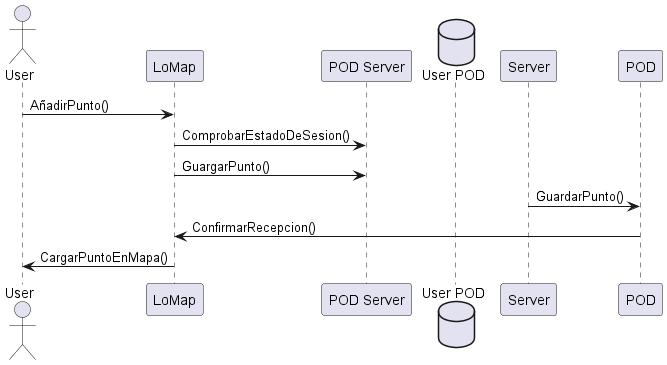
Before: images/Añadir punto lvl2.png, a diagram exported from PlantUML (Arquisoft/lomap_es4c). The source it was exported from:
```plantuml
@startuml
actor "User" as user
participant "LoMap" as LoMap
Participant "POD Server" as server
database "User POD" as pod

user->LoMap: AñadirPunto()
LoMap->server: ComprobarEstadoDeSesion()
LoMap->server: GuargarPunto()
Server->POD: GuardarPunto()
POD->LoMap: ConfirmarRecepcion()
LoMap->user: CargarPuntoEnMapa()
@enduml
```
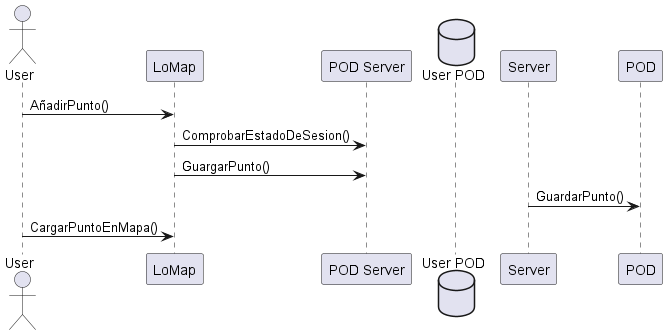
After the commit.

What changed in the source:
```diff
@@ -8,6 +8,5 @@
 LoMap->server: ComprobarEstadoDeSesion()
 LoMap->server: GuargarPunto()
 Server->POD: GuardarPunto()
-POD->LoMap: ConfirmarRecepcion()
-LoMap->user: CargarPuntoEnMapa()
+LoMap<-user: CargarPuntoEnMapa()
 @enduml
```
